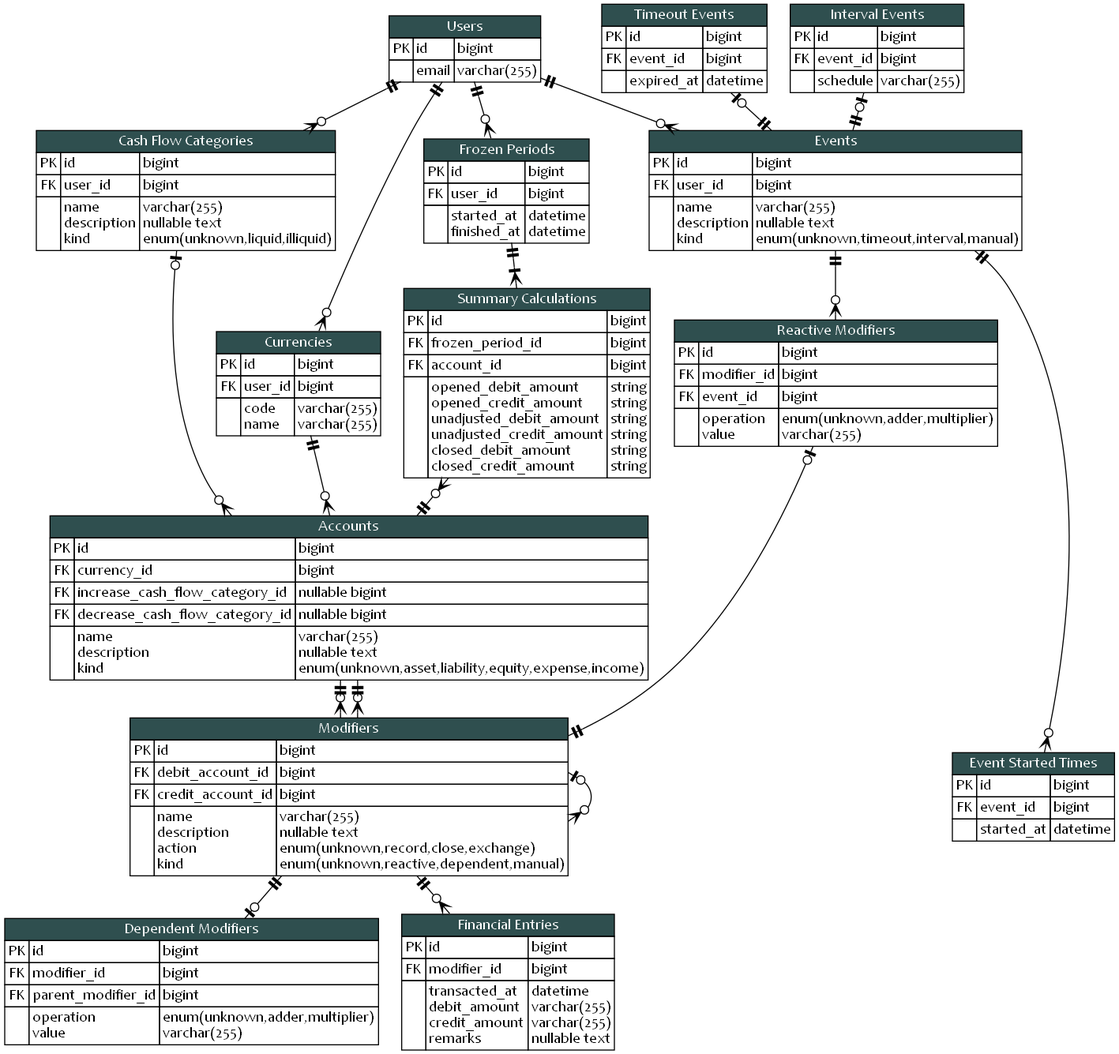
KennethTrecy/peratorakka_server keeps this Graphviz diagram as blueprint/erd.png. Above is the earlier version. Its source is kept beside it as blueprint/erd.dot.
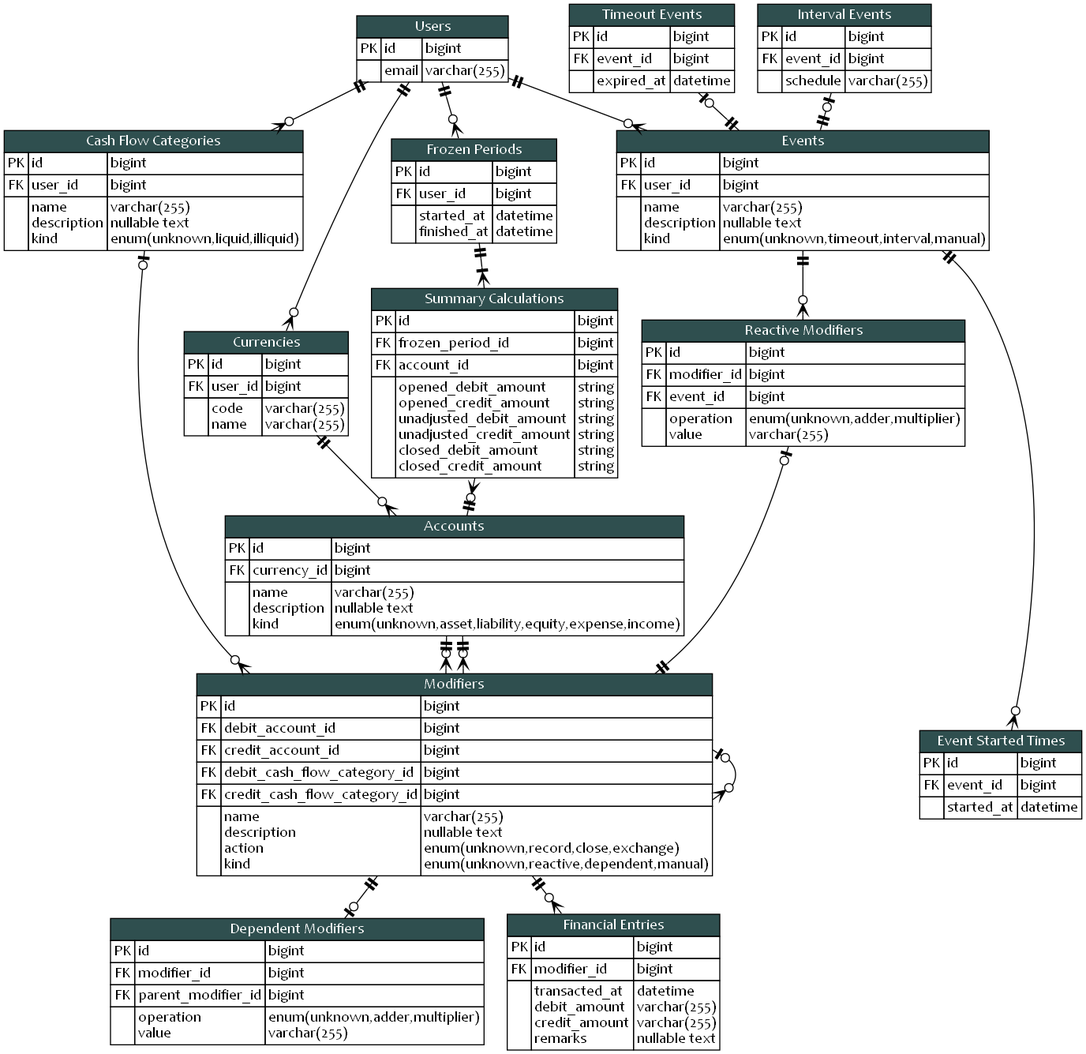
After the change.

Commit message:
docs(blueprint): link cash flow category to modifiers instead

What changed in the source:
```diff
@@ -122,16 +122,6 @@
 					<td>FK</td>
 					<td align="left">currency_id</td>
 					<td align="left">bigint</td>
-				</tr>
-				<tr>
-					<td>FK</td>
-					<td align="left">increase_cash_flow_category_id</td>
-					<td align="left">nullable bigint</td>
-				</tr>
-				<tr>
-					<td>FK</td>
-					<td align="left">decrease_cash_flow_category_id</td>
-					<td align="left">nullable bigint</td>
 				</tr>
 				<tr>
 					<td></td>
@@ -304,6 +294,16 @@
 				<tr>
 					<td>FK</td>
 					<td align="left">credit_account_id</td>
+					<td align="left">bigint</td>
+				</tr>
+				<tr>
+					<td>FK</td>
+					<td align="left">debit_cash_flow_category_id</td>
+					<td align="left">bigint</td>
+				</tr>
+				<tr>
+					<td>FK</td>
+					<td align="left">credit_cash_flow_category_id</td>
 					<td align="left">bigint</td>
 				</tr>
 				<tr>
@@ -562,7 +562,7 @@
 		]
 
 		modifiers -> modifiers
-		cash_flow_categories -> accounts
+		cash_flow_categories -> modifiers
 	}
 
 	{
```
